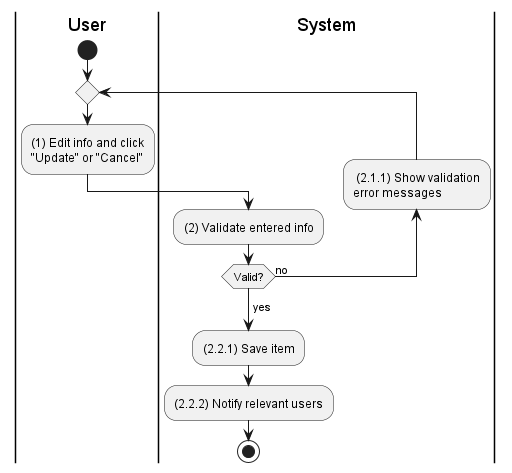
Before: activities/purchase-requisition-update.png, a diagram exported from PlantUML (phihungha/scmss-reqs).
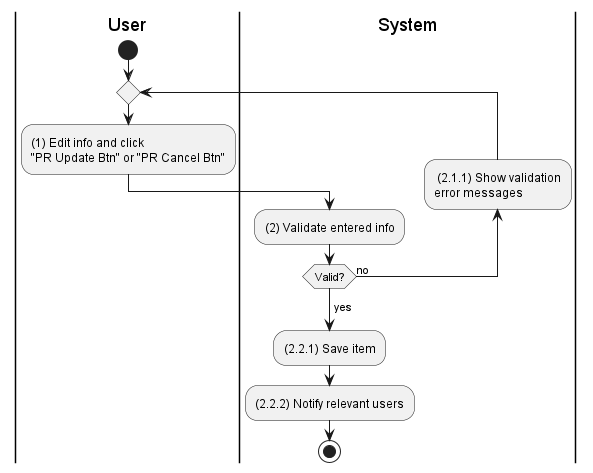
Above is the later version.

Diff of the diagram source:
```diff
@@ -5,7 +5,7 @@
 |u|
 start
 repeat
-    :(1) Edit info and click\n"Update" or "Cancel";
+    :(1) Edit info and click\n"PR Update Btn" or "PR Cancel Btn";
     |s|
     :(2) Validate entered info;
     backward: (2.1.1) Show validation\nerror messages;
```
